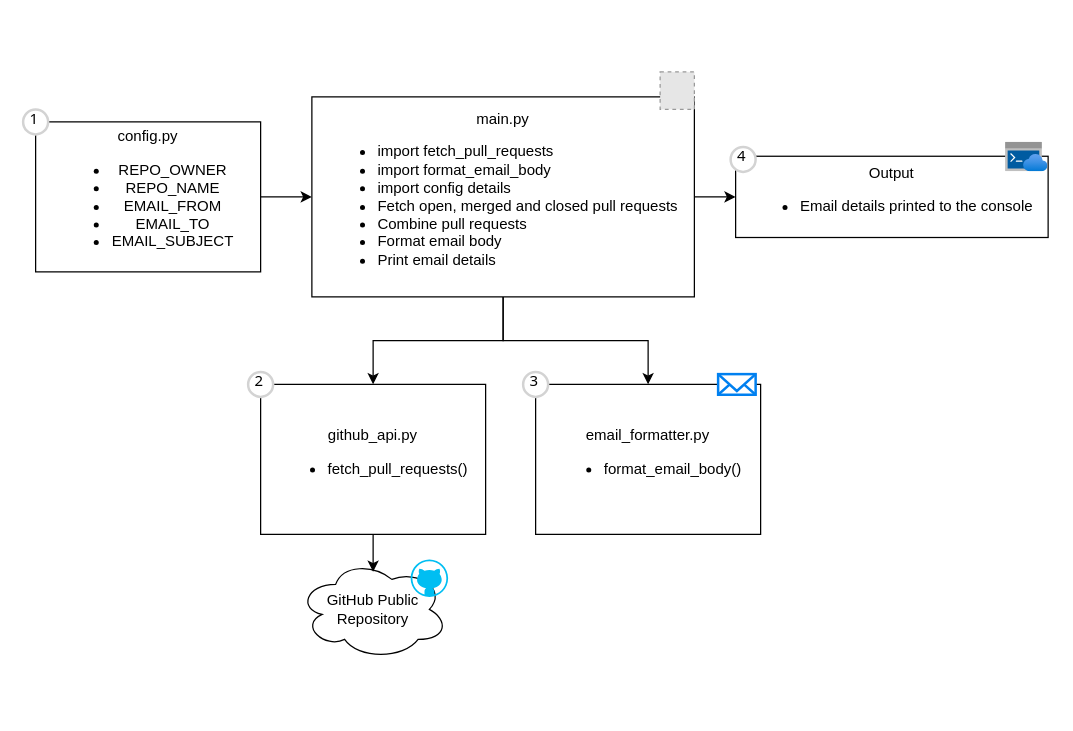
The draw.io diagram diagrams/repository-emailer.drawio in MiguelABFlores/Repository-emailer, before the edit. Source tidied: cells renumbered, new cells numbered last; positions are measured from the earlier drawing's top-left corner, leaving out a move shared by most shapes. Both pictures are drawn from the tidied source at 125%, with x=0, y=0 at pixel (22, 71). Pictures stored in the file or linked from it are replaced by grey dashed boxes.
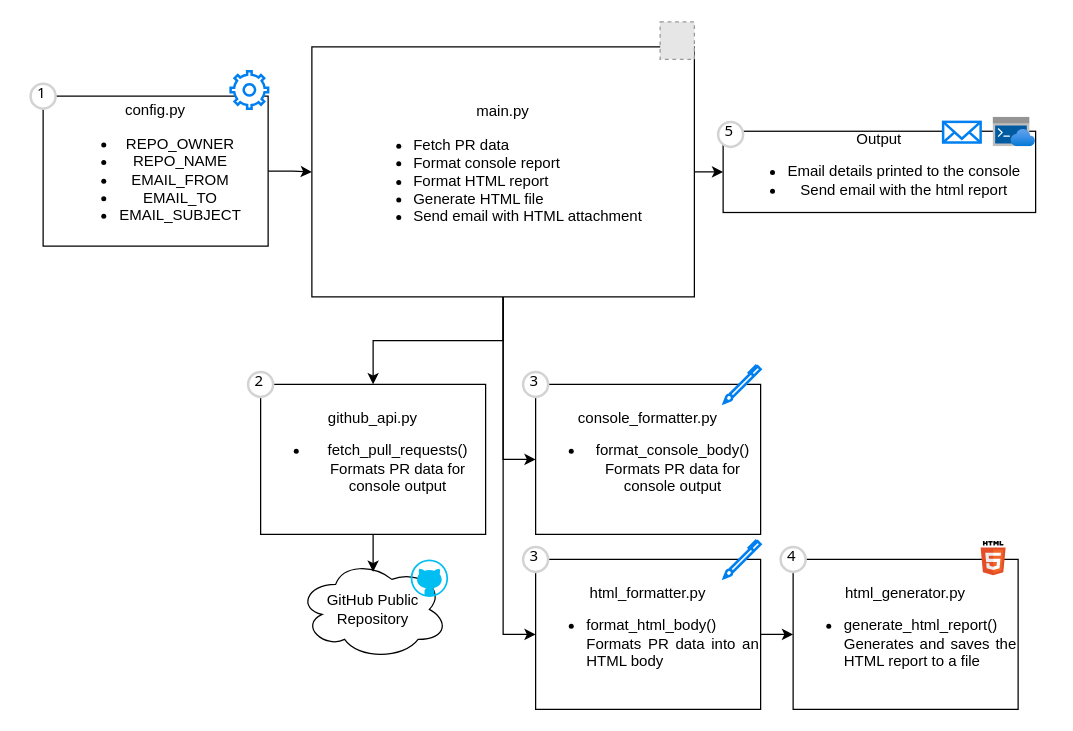
Above is the later version.

Commit message:
update: added html format and generator steps

Unchanged cells that the change refers to:
```xml
<mxCell id="18" style="group;" parent="1" vertex="1">
  <mxGeometry x="180" y="240" width="190" height="130" as="geometry" />
</mxCell>
```

What changed in the source:
```diff
@@
+    <mxCell id="4" style="edgeStyle=orthogonalEdgeStyle;rounded=0;jettySize=auto;html=1;entryX=0.5;entryY=0;entryDx=0;entryDy=0;" parent="1" edge="1" source="6" target="19">
+      <mxGeometry relative="1" as="geometry" />
+    </mxCell>
+    <mxCell id="26" style="edgeStyle=orthogonalEdgeStyle;rounded=0;jettySize=auto;html=1;entryX=0;entryY=0.5;entryDx=0;entryDy=0;" parent="1" edge="1" source="6" target="35">
+      <mxGeometry relative="1" as="geometry" />
+    </mxCell>
+    <mxCell id="5" style="edgeStyle=orthogonalEdgeStyle;rounded=0;jettySize=auto;html=1;entryX=0;entryY=0.5;entryDx=0;entryDy=0;" parent="1" edge="1" source="6" target="15">
+      <mxGeometry relative="1" as="geometry" />
+    </mxCell>
@@
-    <mxCell id="4" style="edgeStyle=orthogonalEdgeStyle;rounded=0;jettySize=auto;html=1;entryX=0.5;entryY=0;entryDx=0;entryDy=0;" parent="1" edge="1" source="6" target="19">
-      <mxGeometry relative="1" as="geometry" />
-    </mxCell>
-    <mxCell id="5" style="edgeStyle=orthogonalEdgeStyle;rounded=0;jettySize=auto;html=1;entryX=0.5;entryY=0;entryDx=0;entryDy=0;" parent="1" edge="1" source="6" target="15">
-      <mxGeometry relative="1" as="geometry" />
-    </mxCell>
-    <mxCell id="6" value="main.py&lt;div&gt;&lt;ul&gt;&lt;li style=&quot;text-align: justify;&quot;&gt;import fetch_pull_requests&lt;/li&gt;&lt;li style=&quot;text-align: justify;&quot;&gt;import format_email_body&lt;/li&gt;&lt;li style=&quot;text-align: justify;&quot;&gt;import config details&lt;/li&gt;&lt;li style=&quot;text-align: justify;&quot;&gt;Fetch open, merged and closed pull requests&lt;/li&gt;&lt;li style=&quot;text-align: justify;&quot;&gt;Combine pull requests&lt;/li&gt;&lt;li style=&quot;text-align: justify;&quot;&gt;Format email body&lt;/li&gt;&lt;li style=&quot;text-align: justify;&quot;&gt;Print email details&lt;/li&gt;&lt;/ul&gt;&lt;/div&gt;" style="rounded=0;whiteSpace=wrap;html=1;align=center;" parent="1" vertex="1">
-      <mxGeometry x="231" y="20" width="306" height="160" as="geometry" />
+    <mxCell id="6" value="main.py&lt;div&gt;&lt;ul&gt;&lt;li style=&quot;text-align: justify;&quot;&gt;Fetch PR data&lt;/li&gt;&lt;li style=&quot;text-align: justify;&quot;&gt;Format console report&lt;/li&gt;&lt;li style=&quot;text-align: justify;&quot;&gt;Format HTML report&lt;/li&gt;&lt;li style=&quot;text-align: justify;&quot;&gt;Generate HTML file&lt;/li&gt;&lt;li style=&quot;text-align: justify;&quot;&gt;Send email with HTML attachment&lt;/li&gt;&lt;/ul&gt;&lt;/div&gt;" style="rounded=0;whiteSpace=wrap;html=1;align=center;" parent="1" vertex="1">
+      <mxGeometry x="231" y="-20" width="306" height="200" as="geometry" />
     </mxCell>
     <mxCell id="7" style="group;" parent="1" vertex="1">
-      <mxGeometry y="30" width="190" height="130" as="geometry" />
+      <mxGeometry x="6" y="9.4" width="190" height="130" as="geometry" />
     </mxCell>
@@
+    <mxCell id="27" style="html=1;verticalLabelPosition=bottom;align=center;labelBackgroundColor=#ffffff;verticalAlign=top;strokeWidth=2;strokeColor=#0080F0;shadow=0;dashed=0;shape=mxgraph.ios7.icons.settings;" parent="7" vertex="1">
+      <mxGeometry x="160" y="-10" width="30" height="30" as="geometry" />
+    </mxCell>
@@
-    <mxCell id="14" style="group;" parent="1" vertex="1">
-      <mxGeometry x="400" y="240" width="190" height="130" as="geometry" />
-    </mxCell>
-    <mxCell id="15" value="email_formatter.py&lt;div&gt;&lt;ul&gt;&lt;li&gt;format_email_body()&lt;/li&gt;&lt;/ul&gt;&lt;/div&gt;" style="rounded=0;whiteSpace=wrap;html=1;" parent="14" vertex="1">
-      <mxGeometry x="10" y="10" width="180" height="120" as="geometry" />
-    </mxCell>
-    <mxCell id="16" value="3" style="ellipse;whiteSpace=wrap;html=1;strokeWidth=2;fontFamily=Tahoma;spacingBottom=4;spacingRight=2;strokeColor=#d3d3d3;" parent="14" vertex="1">
-      <mxGeometry width="20" height="20" as="geometry" />
-    </mxCell>
-    <mxCell id="17" style="html=1;verticalLabelPosition=bottom;align=center;labelBackgroundColor=#ffffff;verticalAlign=top;strokeWidth=2;strokeColor=#0080F0;shadow=0;dashed=0;shape=mxgraph.ios7.icons.mail;" parent="14" vertex="1">
-      <mxGeometry x="156" y="1.8" width="30" height="16.5" as="geometry" />
-    </mxCell>
@@
-    <mxCell id="19" value="github_api.py&lt;div&gt;&lt;ul&gt;&lt;li&gt;fetch_pull_requests()&lt;/li&gt;&lt;/ul&gt;&lt;/div&gt;" style="rounded=0;whiteSpace=wrap;html=1;" parent="18" vertex="1">
+    <mxCell id="19" value="github_api.py&lt;div&gt;&lt;ul&gt;&lt;li&gt;fetch_pull_requests()&lt;br&gt;Formats PR data for console output&lt;/li&gt;&lt;/ul&gt;&lt;/div&gt;" style="rounded=0;whiteSpace=wrap;html=1;" parent="18" vertex="1">
       <mxGeometry x="10" y="10" width="180" height="120" as="geometry" />
     </mxCell>
@@
-    <mxCell id="21" style="group;" parent="1" vertex="1">
-      <mxGeometry x="566" y="60" width="257" height="72.5" as="geometry" />
-    </mxCell>
+    <mxCell id="25" style="fillColor=#E6E6E6;strokeColor=#999999;dashed=1;verticalLabelPosition=bottom;labelBackgroundColor=default;verticalAlign=top;" parent="1" vertex="1">
+      <mxGeometry x="509.6" y="-40" width="27.4" height="30" as="geometry" />
+    </mxCell>
+    <mxCell id="28" style="edgeStyle=orthogonalEdgeStyle;rounded=0;jettySize=auto;html=1;entryX=0;entryY=0.5;entryDx=0;entryDy=0;" parent="1" edge="1" source="35" target="31">
+      <mxGeometry relative="1" as="geometry" />
+    </mxCell>
+    <mxCell id="29" style="group;" parent="1" vertex="1">
+      <mxGeometry x="556" y="36.4" width="254" height="76.1" as="geometry" />
+    </mxCell>
-    <mxCell id="22" value="Output&lt;div&gt;&lt;ul&gt;&lt;li&gt;Email details printed to the console&lt;/li&gt;&lt;/ul&gt;&lt;/div&gt;" style="rounded=0;whiteSpace=wrap;html=1;" parent="21" vertex="1">
-      <mxGeometry x="4" y="7.5" width="250" height="65" as="geometry" />
+    <mxCell id="22" value="Output&lt;div&gt;&lt;ul&gt;&lt;li&gt;Email details printed to the console&lt;/li&gt;&lt;li&gt;Send email with the html report&lt;/li&gt;&lt;/ul&gt;&lt;/div&gt;" style="rounded=0;whiteSpace=wrap;html=1;" parent="29" vertex="1">
+      <mxGeometry x="4" y="11.1" width="250" height="65" as="geometry" />
     </mxCell>
-    <mxCell id="23" value="4" style="ellipse;whiteSpace=wrap;html=1;strokeWidth=2;fontFamily=Tahoma;spacingBottom=4;spacingRight=2;strokeColor=#d3d3d3;" parent="21" vertex="1">
-      <mxGeometry width="20" height="20" as="geometry" />
+    <mxCell id="23" value="5" style="ellipse;whiteSpace=wrap;html=1;strokeWidth=2;fontFamily=Tahoma;spacingBottom=4;spacingRight=2;strokeColor=#d3d3d3;" parent="29" vertex="1">
+      <mxGeometry y="3.6" width="20" height="20" as="geometry" />
     </mxCell>
-    <mxCell id="24" style="image;html=1;align=center;fontSize=12;image=img/lib/azure2/other/Azure_Cloud_Shell.svg;" parent="21" vertex="1">
-      <mxGeometry x="220" y="-3.6" width="34" height="23.6" as="geometry" />
+    <mxCell id="24" style="image;html=1;align=center;fontSize=12;image=img/lib/azure2/other/Azure_Cloud_Shell.svg;" parent="29" vertex="1">
+      <mxGeometry x="220" width="34" height="23.6" as="geometry" />
     </mxCell>
-    <mxCell id="25" style="fillColor=#E6E6E6;strokeColor=#999999;dashed=1;verticalLabelPosition=bottom;labelBackgroundColor=default;verticalAlign=top;" parent="1" vertex="1">
-      <mxGeometry x="509.6" width="27.4" height="30" as="geometry" />
-    </mxCell>
+    <mxCell id="17" style="html=1;verticalLabelPosition=bottom;align=center;labelBackgroundColor=#ffffff;verticalAlign=top;strokeWidth=2;strokeColor=#0080F0;shadow=0;dashed=0;shape=mxgraph.ios7.icons.mail;" parent="29" vertex="1">
+      <mxGeometry x="180" y="3.6" width="30" height="16.5" as="geometry" />
+    </mxCell>
+    <mxCell id="30" style="group;" parent="1" vertex="1">
+      <mxGeometry x="606" y="375.2" width="190" height="134.8" as="geometry" />
+    </mxCell>
+    <mxCell id="31" value="&lt;div style=&quot;&quot;&gt;html_generator.py&lt;div&gt;&lt;ul&gt;&lt;li style=&quot;text-align: justify;&quot;&gt;generate_html_report()&lt;br&gt;Generates and saves the HTML report to a file&lt;/li&gt;&lt;/ul&gt;&lt;/div&gt;&lt;/div&gt;" style="rounded=0;whiteSpace=wrap;html=1;align=center;" parent="30" vertex="1">
+      <mxGeometry x="10" y="14.8" width="180" height="120" as="geometry" />
+    </mxCell>
+    <mxCell id="32" value="4" style="ellipse;whiteSpace=wrap;html=1;strokeWidth=2;fontFamily=Tahoma;spacingBottom=4;spacingRight=2;strokeColor=#d3d3d3;" parent="30" vertex="1">
+      <mxGeometry y="4.8" width="20" height="20" as="geometry" />
+    </mxCell>
+    <mxCell id="33" style="dashed=0;html=1;align=center;labelPosition=center;verticalLabelPosition=bottom;verticalAlign=top;shape=mxgraph.weblogos.html5;" parent="30" vertex="1">
+      <mxGeometry x="160" width="20" height="27.4" as="geometry" />
+    </mxCell>
+    <mxCell id="34" style="group;" parent="1" vertex="1">
+      <mxGeometry x="400" y="375.2" width="190" height="134.8" as="geometry" />
+    </mxCell>
+    <mxCell id="35" value="&lt;div style=&quot;&quot;&gt;html_formatter.py&lt;div&gt;&lt;ul&gt;&lt;li style=&quot;text-align: justify;&quot;&gt;format_html_body()&lt;br&gt;Formats PR data into an HTML body&lt;/li&gt;&lt;/ul&gt;&lt;/div&gt;&lt;/div&gt;" style="rounded=0;whiteSpace=wrap;html=1;align=center;" parent="34" vertex="1">
+      <mxGeometry x="10" y="14.8" width="180" height="120" as="geometry" />
+    </mxCell>
+    <mxCell id="36" value="3" style="ellipse;whiteSpace=wrap;html=1;strokeWidth=2;fontFamily=Tahoma;spacingBottom=4;spacingRight=2;strokeColor=#d3d3d3;" parent="34" vertex="1">
+      <mxGeometry y="4.8" width="20" height="20" as="geometry" />
+    </mxCell>
+    <mxCell id="37" style="html=1;verticalLabelPosition=bottom;align=center;labelBackgroundColor=#ffffff;verticalAlign=top;strokeWidth=2;strokeColor=#0080F0;shadow=0;dashed=0;shape=mxgraph.ios7.icons.pen;" parent="34" vertex="1">
+      <mxGeometry x="160.6" width="29.4" height="29.7" as="geometry" />
+    </mxCell>
+    <mxCell id="38" style="group;" parent="1" vertex="1">
+      <mxGeometry x="400" y="235.2" width="190" height="134.8" as="geometry" />
+    </mxCell>
+    <mxCell id="15" value="&lt;div style=&quot;&quot;&gt;&lt;span style=&quot;background-color: initial;&quot;&gt;console_formatter.py&lt;/span&gt;&lt;/div&gt;&lt;div&gt;&lt;ul&gt;&lt;li&gt;&lt;div style=&quot;&quot;&gt;&lt;span style=&quot;background-color: initial;&quot;&gt;format_console_body()&lt;/span&gt;&lt;/div&gt;&lt;div style=&quot;&quot;&gt;&lt;span style=&quot;background-color: initial;&quot;&gt;Formats PR data for console output&lt;/span&gt;&lt;/div&gt;&lt;/li&gt;&lt;/ul&gt;&lt;/div&gt;" style="rounded=0;whiteSpace=wrap;html=1;align=center;" parent="38" vertex="1">
+      <mxGeometry x="10" y="14.8" width="180" height="120" as="geometry" />
+    </mxCell>
+    <mxCell id="16" value="3" style="ellipse;whiteSpace=wrap;html=1;strokeWidth=2;fontFamily=Tahoma;spacingBottom=4;spacingRight=2;strokeColor=#d3d3d3;" parent="38" vertex="1">
+      <mxGeometry y="4.8" width="20" height="20" as="geometry" />
+    </mxCell>
+    <mxCell id="39" style="html=1;verticalLabelPosition=bottom;align=center;labelBackgroundColor=#ffffff;verticalAlign=top;strokeWidth=2;strokeColor=#0080F0;shadow=0;dashed=0;shape=mxgraph.ios7.icons.pen;" parent="38" vertex="1">
+      <mxGeometry x="160.6" width="29.4" height="29.7" as="geometry" />
+    </mxCell>
```
